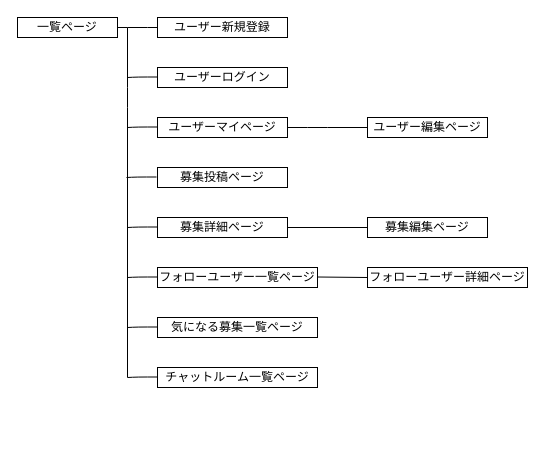
Above: screen_transition_diagram.dio in kouki135/game_connect (draw.io), before the change. Source tidied: cells renumbered, new cells numbered last; positions are measured from the earlier drawing's top-left corner, leaving out a move shared by most shapes. Both pictures are drawn from the tidied source at 100%, with x=0, y=0 at pixel (17, 17).
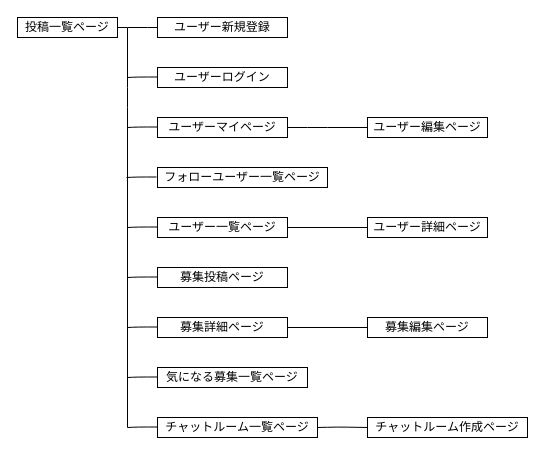
Above is the later version.

The edit, as a diff of the source:
```diff
@@
-    <mxCell id="2" value="一覧ページ" style="rounded=0;whiteSpace=wrap;html=1;" parent="1" vertex="1">
+    <mxCell id="2" value="投稿一覧ページ" style="rounded=0;whiteSpace=wrap;html=1;" parent="1" vertex="1">
       <mxGeometry width="100" height="20" as="geometry" />
     </mxCell>
@@
-    <mxCell id="6" value="募集投稿ページ" style="rounded=0;whiteSpace=wrap;html=1;" parent="1" vertex="1">
-      <mxGeometry x="140" y="150" width="130" height="20" as="geometry" />
+    <mxCell id="6" value="フォローユーザー一覧ページ" style="rounded=0;whiteSpace=wrap;html=1;" parent="1" vertex="1">
+      <mxGeometry x="140" y="150" width="170" height="20" as="geometry" />
     </mxCell>
@@
     <mxCell id="9" value="募集詳細ページ" style="rounded=0;whiteSpace=wrap;html=1;" parent="1" vertex="1">
-      <mxGeometry x="140" y="200" width="130" height="20" as="geometry" />
+      <mxGeometry x="140" y="300" width="130" height="20" as="geometry" />
     </mxCell>
-    <mxCell id="10" value="フォローユーザー一覧ページ" style="rounded=0;whiteSpace=wrap;html=1;" parent="1" vertex="1">
-      <mxGeometry x="140" y="250" width="160" height="20" as="geometry" />
+    <mxCell id="10" value="ユーザー一覧ページ" style="rounded=0;whiteSpace=wrap;html=1;" parent="1" vertex="1">
+      <mxGeometry x="140" y="200" width="130" height="20" as="geometry" />
     </mxCell>
     <mxCell id="11" value="募集編集ページ" style="rounded=0;whiteSpace=wrap;html=1;" parent="1" vertex="1">
-      <mxGeometry x="350" y="200" width="120" height="20" as="geometry" />
+      <mxGeometry x="350" y="300" width="120" height="20" as="geometry" />
     </mxCell>
     <mxCell id="12" value="気になる募集一覧ページ" style="rounded=0;whiteSpace=wrap;html=1;" parent="1" vertex="1">
-      <mxGeometry x="140" y="300" width="160" height="20" as="geometry" />
+      <mxGeometry x="140" y="350" width="150" height="20" as="geometry" />
     </mxCell>
-    <mxCell id="13" style="endArrow=none;html=1;entryX=0;entryY=0.5;entryDx=0;entryDy=0;" parent="1" edge="1" target="11">
-      <mxGeometry relative="1" as="geometry">
-        <mxPoint x="270" y="210" as="sourcePoint" />
-      </mxGeometry>
+    <mxCell id="13" style="endArrow=none;html=1;entryX=0;entryY=0.5;entryDx=0;entryDy=0;exitX=1;exitY=0.5;exitDx=0;exitDy=0;" parent="1" edge="1" source="9" target="11">
+      <mxGeometry relative="1" as="geometry" />
     </mxCell>
@@
-    <mxCell id="15" value="フォローユーザー詳細ページ" style="rounded=0;whiteSpace=wrap;html=1;" parent="1" vertex="1">
-      <mxGeometry x="350" y="250" width="160" height="20" as="geometry" />
+    <mxCell id="15" value="ユーザー詳細ページ" style="rounded=0;whiteSpace=wrap;html=1;" parent="1" vertex="1">
+      <mxGeometry x="350" y="200" width="120" height="20" as="geometry" />
     </mxCell>
-    <mxCell id="16" style="endArrow=none;html=1;entryX=0;entryY=0.5;entryDx=0;entryDy=0;" parent="1" edge="1" target="15">
-      <mxGeometry relative="1" as="geometry">
-        <mxPoint x="300" y="259.5" as="sourcePoint" />
-      </mxGeometry>
+    <mxCell id="16" style="endArrow=none;html=1;entryX=0;entryY=0.5;entryDx=0;entryDy=0;exitX=1;exitY=0.5;exitDx=0;exitDy=0;" parent="1" edge="1" source="10" target="15">
+      <mxGeometry relative="1" as="geometry" />
     </mxCell>
     <mxCell id="17" style="endArrow=none;html=1;" parent="1" edge="1">
       <mxGeometry relative="1" as="geometry">
         <mxPoint x="110" y="10" as="sourcePoint" />
-        <mxPoint x="110" y="360" as="targetPoint" />
+        <mxPoint x="110" y="410" as="targetPoint" />
         <Array as="points">
           <mxPoint x="110" y="80" />
         </Array>
       </mxGeometry>
     </mxCell>
@@
     <mxCell id="24" value="チャットルーム一覧ページ" style="rounded=0;whiteSpace=wrap;html=1;" parent="1" vertex="1">
-      <mxGeometry x="140" y="350" width="160" height="20" as="geometry" />
+      <mxGeometry x="140" y="400" width="160" height="20" as="geometry" />
     </mxCell>
@@
+    <mxCell id="26" value="募集投稿ページ" style="rounded=0;whiteSpace=wrap;html=1;" parent="1" vertex="1">
+      <mxGeometry x="140" y="250" width="130" height="20" as="geometry" />
+    </mxCell>
+    <mxCell id="27" value="チャットルーム作成ページ" style="rounded=0;whiteSpace=wrap;html=1;" parent="1" vertex="1">
+      <mxGeometry x="350" y="400" width="160" height="20" as="geometry" />
+    </mxCell>
+    <mxCell id="28" style="endArrow=none;html=1;entryX=0;entryY=0.5;entryDx=0;entryDy=0;" parent="1" edge="1">
+      <mxGeometry relative="1" as="geometry">
+        <mxPoint x="110" y="410" as="sourcePoint" />
+        <mxPoint x="140" y="409.5" as="targetPoint" />
+        <Array as="points">
+          <mxPoint x="120" y="409.5" />
+        </Array>
+      </mxGeometry>
+    </mxCell>
+    <mxCell id="29" style="endArrow=none;html=1;entryX=0;entryY=0.5;entryDx=0;entryDy=0;exitX=1;exitY=0.5;exitDx=0;exitDy=0;" parent="1" edge="1" source="24" target="27">
+      <mxGeometry relative="1" as="geometry">
+        <Array as="points">
+          <mxPoint x="320" y="409.5" />
+        </Array>
+      </mxGeometry>
+    </mxCell>
```
